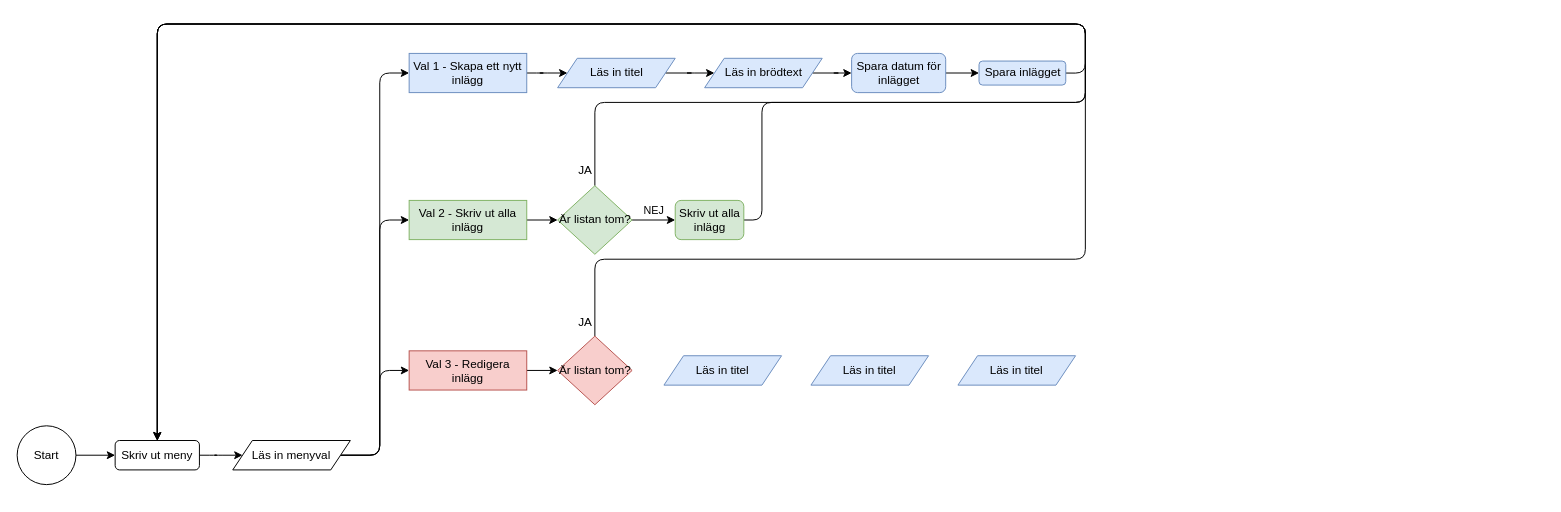
JakeBow/shopping-list keeps this draw.io diagram as Bloggen.drawio. Above is the earlier version. Source tidied: cells renumbered, new cells numbered last; positions are measured from the earlier drawing's top-left corner, leaving out a move shared by most shapes. Both pictures are drawn from the tidied source at 98%, with x=0, y=0 at pixel (17, 24).
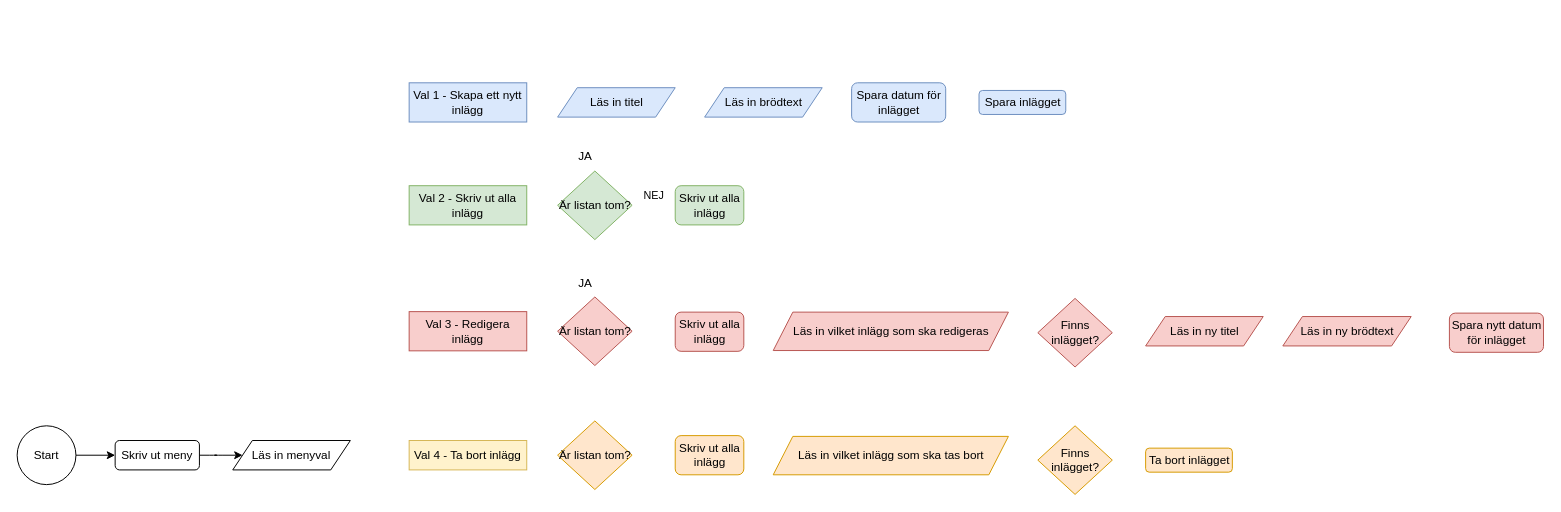
After the change.

The change refers to these unchanged cells:
```xml
<mxCell id="3" value="Skriv ut meny" style="rounded=1;whiteSpace=wrap;html=1;fontSize=12;glass=0;strokeWidth=1;shadow=0;" parent="1" vertex="1">
  <mxGeometry x="100" y="425" width="86" height="30" as="geometry" />
</mxCell>
<mxCell id="9" value="Läs in menyval" style="shape=parallelogram;perimeter=parallelogramPerimeter;whiteSpace=wrap;html=1;fixedSize=1;" parent="1" vertex="1">
  <mxGeometry x="220" y="425" width="120" height="30" as="geometry" />
</mxCell>
```

Change to the diagram source:
```diff
@@
-    <mxCell id="6" style="edgeStyle=orthogonalEdgeStyle;shape=connector;curved=0;rounded=1;jettySize=auto;html=1;exitX=1;exitY=0.5;exitDx=0;exitDy=0;entryX=0;entryY=0.5;entryDx=0;entryDy=0;strokeColor=default;align=center;verticalAlign=middle;fontFamily=Helvetica;fontSize=11;fontColor=default;labelBackgroundColor=default;endArrow=classic;" parent="1" edge="1" source="9" target="30">
-      <mxGeometry relative="1" as="geometry" />
-    </mxCell>
-    <mxCell id="7" style="edgeStyle=orthogonalEdgeStyle;shape=connector;curved=0;rounded=1;jettySize=auto;html=1;exitX=1;exitY=0.5;exitDx=0;exitDy=0;entryX=0;entryY=0.5;entryDx=0;entryDy=0;strokeColor=default;align=center;verticalAlign=middle;fontFamily=Helvetica;fontSize=11;fontColor=default;labelBackgroundColor=default;endArrow=classic;" parent="1" edge="1" source="9" target="32">
-      <mxGeometry relative="1" as="geometry" />
-    </mxCell>
-    <mxCell id="8" style="edgeStyle=orthogonalEdgeStyle;shape=connector;curved=0;rounded=1;jettySize=auto;html=1;exitX=1;exitY=0.5;exitDx=0;exitDy=0;entryX=0;entryY=0.5;entryDx=0;entryDy=0;strokeColor=default;align=center;verticalAlign=middle;fontFamily=Helvetica;fontSize=11;fontColor=default;labelBackgroundColor=default;endArrow=classic;" parent="1" edge="1" source="9" target="34">
-      <mxGeometry relative="1" as="geometry" />
-    </mxCell>
@@
-    <mxCell id="10" style="edgeStyle=orthogonalEdgeStyle;shape=connector;curved=0;rounded=1;jettySize=auto;html=1;exitX=1;exitY=0.5;exitDx=0;exitDy=0;entryX=0.5;entryY=0;entryDx=0;entryDy=0;strokeColor=default;align=center;verticalAlign=middle;fontFamily=Helvetica;fontSize=11;fontColor=default;labelBackgroundColor=default;endArrow=classic;" parent="1" edge="1" source="11" target="3">
-      <mxGeometry relative="1" as="geometry">
-        <Array as="points">
-          <mxPoint x="760" y="200" />
-          <mxPoint x="760" y="80" />
-          <mxPoint x="1090" y="80" />
-          <mxPoint x="1090" />
-          <mxPoint x="143" />
-        </Array>
-      </mxGeometry>
-    </mxCell>
     <mxCell id="11" value="Skriv ut alla inlägg" style="rounded=1;whiteSpace=wrap;html=1;fillColor=#d5e8d4;strokeColor=#82b366;" parent="1" vertex="1">
-      <mxGeometry x="671.5" y="180" width="70" height="40" as="geometry" />
+      <mxGeometry x="671.5" y="165" width="70" height="40" as="geometry" />
     </mxCell>
-    <mxCell id="12" style="edgeStyle=orthogonalEdgeStyle;shape=connector;curved=0;rounded=1;jettySize=auto;html=1;exitX=1;exitY=0.5;exitDx=0;exitDy=0;entryX=0;entryY=0.5;entryDx=0;entryDy=0;strokeColor=default;align=center;verticalAlign=middle;fontFamily=Helvetica;fontSize=11;fontColor=default;labelBackgroundColor=default;endArrow=classic;" parent="1" edge="1" source="14" target="11">
-      <mxGeometry relative="1" as="geometry" />
-    </mxCell>
-    <mxCell id="13" style="edgeStyle=orthogonalEdgeStyle;shape=connector;curved=0;rounded=1;jettySize=auto;html=1;exitX=0.5;exitY=0;exitDx=0;exitDy=0;entryX=0.5;entryY=0;entryDx=0;entryDy=0;strokeColor=default;align=center;verticalAlign=middle;fontFamily=Helvetica;fontSize=11;fontColor=default;labelBackgroundColor=default;endArrow=classic;" parent="1" edge="1" source="14" target="3">
-      <mxGeometry relative="1" as="geometry">
-        <Array as="points">
-          <mxPoint x="590" y="80" />
-          <mxPoint x="1090" y="80" />
-          <mxPoint x="1090" />
-          <mxPoint x="143" />
-        </Array>
-      </mxGeometry>
-    </mxCell>
     <mxCell id="14" value="Är listan tom?" style="rhombus;whiteSpace=wrap;html=1;fillColor=#d5e8d4;strokeColor=#82b366;" parent="1" vertex="1">
-      <mxGeometry x="551.5" y="165" width="76" height="70" as="geometry" />
+      <mxGeometry x="551.5" y="150" width="76" height="70" as="geometry" />
     </mxCell>
-    <mxCell id="15" style="edgeStyle=orthogonalEdgeStyle;shape=connector;curved=0;rounded=1;jettySize=auto;html=1;exitX=1;exitY=0.5;exitDx=0;exitDy=0;entryX=0;entryY=0.5;entryDx=0;entryDy=0;strokeColor=default;align=center;verticalAlign=middle;fontFamily=Helvetica;fontSize=11;fontColor=default;labelBackgroundColor=default;endArrow=classic;" parent="1" edge="1" source="16" target="18">
-      <mxGeometry relative="1" as="geometry" />
-    </mxCell>
     <mxCell id="16" value="Läs in titel" style="shape=parallelogram;perimeter=parallelogramPerimeter;whiteSpace=wrap;html=1;fixedSize=1;fillColor=#dae8fc;strokeColor=#6c8ebf;" parent="1" vertex="1">
-      <mxGeometry x="551.5" y="35" width="120" height="30" as="geometry" />
+      <mxGeometry x="551.5" y="65" width="120" height="30" as="geometry" />
     </mxCell>
-    <mxCell id="17" style="edgeStyle=orthogonalEdgeStyle;shape=connector;curved=0;rounded=1;jettySize=auto;html=1;exitX=1;exitY=0.5;exitDx=0;exitDy=0;entryX=0;entryY=0.5;entryDx=0;entryDy=0;strokeColor=default;align=center;verticalAlign=middle;fontFamily=Helvetica;fontSize=11;fontColor=default;labelBackgroundColor=default;endArrow=classic;" parent="1" edge="1" source="18" target="20">
-      <mxGeometry relative="1" as="geometry" />
-    </mxCell>
     <mxCell id="18" value="Läs in brödtext" style="shape=parallelogram;perimeter=parallelogramPerimeter;whiteSpace=wrap;html=1;fixedSize=1;fillColor=#dae8fc;strokeColor=#6c8ebf;" parent="1" vertex="1">
-      <mxGeometry x="701.5" y="35" width="120" height="30" as="geometry" />
+      <mxGeometry x="701.5" y="65" width="120" height="30" as="geometry" />
     </mxCell>
-    <mxCell id="19" style="edgeStyle=orthogonalEdgeStyle;shape=connector;curved=0;rounded=1;jettySize=auto;html=1;exitX=1;exitY=0.5;exitDx=0;exitDy=0;entryX=0;entryY=0.5;entryDx=0;entryDy=0;strokeColor=default;align=center;verticalAlign=middle;fontFamily=Helvetica;fontSize=11;fontColor=default;labelBackgroundColor=default;endArrow=classic;" parent="1" edge="1" source="20" target="22">
-      <mxGeometry relative="1" as="geometry" />
-    </mxCell>
     <mxCell id="20" value="Spara datum för inlägget" style="rounded=1;whiteSpace=wrap;html=1;fillColor=#dae8fc;strokeColor=#6c8ebf;" parent="1" vertex="1">
-      <mxGeometry x="851.5" y="30" width="96" height="40" as="geometry" />
+      <mxGeometry x="851.5" y="60" width="96" height="40" as="geometry" />
     </mxCell>
-    <mxCell id="21" style="edgeStyle=orthogonalEdgeStyle;shape=connector;curved=0;rounded=1;jettySize=auto;html=1;exitX=1;exitY=0.5;exitDx=0;exitDy=0;entryX=0.5;entryY=0;entryDx=0;entryDy=0;strokeColor=default;align=center;verticalAlign=middle;fontFamily=Helvetica;fontSize=11;fontColor=default;labelBackgroundColor=default;endArrow=classic;" parent="1" edge="1" source="22" target="3">
-      <mxGeometry relative="1" as="geometry">
-        <Array as="points">
-          <mxPoint x="1090" y="50" />
-          <mxPoint x="1090" />
-          <mxPoint x="143" />
-        </Array>
-      </mxGeometry>
-    </mxCell>
     <mxCell id="22" value="Spara inlägget" style="rounded=1;whiteSpace=wrap;html=1;fillColor=#dae8fc;strokeColor=#6c8ebf;" parent="1" vertex="1">
-      <mxGeometry x="981.5" y="37.8" width="88.5" height="24.5" as="geometry" />
+      <mxGeometry x="981.5" y="67.8" width="88.5" height="24.5" as="geometry" />
     </mxCell>
     <mxCell id="23" value="&lt;font style=&quot;font-size: 12px;&quot;&gt;JA&lt;/font&gt;" style="text;html=1;align=center;verticalAlign=middle;whiteSpace=wrap;rounded=0;fontFamily=Helvetica;fontSize=11;fontColor=default;labelBackgroundColor=default;" parent="1" vertex="1">
-      <mxGeometry x="550" y="135" width="60" height="30" as="geometry" />
+      <mxGeometry x="550" y="120" width="60" height="30" as="geometry" />
     </mxCell>
     <mxCell id="24" value="NEJ" style="text;html=1;align=center;verticalAlign=middle;whiteSpace=wrap;rounded=0;fontFamily=Helvetica;fontSize=11;fontColor=default;labelBackgroundColor=default;" parent="1" vertex="1">
-      <mxGeometry x="620" y="180" width="60" height="20" as="geometry" />
+      <mxGeometry x="620" y="165" width="60" height="20" as="geometry" />
     </mxCell>
-    <mxCell id="25" style="edgeStyle=orthogonalEdgeStyle;shape=connector;curved=0;rounded=1;jettySize=auto;html=1;exitX=0.5;exitY=0;exitDx=0;exitDy=0;entryX=0.5;entryY=0;entryDx=0;entryDy=0;strokeColor=default;align=center;verticalAlign=middle;fontFamily=Helvetica;fontSize=11;fontColor=default;labelBackgroundColor=default;endArrow=classic;" parent="1" edge="1" source="27" target="3">
-      <mxGeometry relative="1" as="geometry">
-        <Array as="points">
-          <mxPoint x="590" y="240" />
-          <mxPoint x="1090" y="240" />
-          <mxPoint x="1090" />
-          <mxPoint x="143" />
-        </Array>
-      </mxGeometry>
-    </mxCell>
-    <mxCell id="26" value="&lt;div&gt;&lt;br&gt;&lt;/div&gt;&lt;div&gt;&lt;br&gt;&lt;/div&gt;" style="edgeLabel;html=1;align=center;verticalAlign=middle;fontFamily=Helvetica;fontSize=11;fontColor=default;labelBackgroundColor=default;" parent="25" vertex="1">
-      <mxGeometry x="-0.46" y="3" relative="1" as="geometry" />
-    </mxCell>
     <mxCell id="27" value="Är listan tom?" style="rhombus;whiteSpace=wrap;html=1;fillColor=#f8cecc;strokeColor=#b85450;" parent="1" vertex="1">
-      <mxGeometry x="551.5" y="318.5" width="76" height="70" as="geometry" />
+      <mxGeometry x="551.5" y="278.5" width="76" height="70" as="geometry" />
     </mxCell>
     <mxCell id="28" value="&lt;font style=&quot;font-size: 12px;&quot;&gt;JA&lt;/font&gt;" style="text;html=1;align=center;verticalAlign=middle;whiteSpace=wrap;rounded=0;fontFamily=Helvetica;fontSize=11;fontColor=default;labelBackgroundColor=default;" parent="1" vertex="1">
-      <mxGeometry x="550" y="290" width="60" height="30" as="geometry" />
+      <mxGeometry x="550" y="250" width="60" height="30" as="geometry" />
     </mxCell>
-    <mxCell id="29" style="edgeStyle=orthogonalEdgeStyle;shape=connector;curved=0;rounded=1;jettySize=auto;html=1;exitX=1;exitY=0.5;exitDx=0;exitDy=0;entryX=0;entryY=0.5;entryDx=0;entryDy=0;strokeColor=default;align=center;verticalAlign=middle;fontFamily=Helvetica;fontSize=11;fontColor=default;labelBackgroundColor=default;endArrow=classic;" parent="1" edge="1" source="30" target="16">
-      <mxGeometry relative="1" as="geometry" />
-    </mxCell>
     <mxCell id="30" value="&lt;div&gt;&lt;font style=&quot;font-size: 12px;&quot;&gt;Val 1 - Skapa ett nytt inlägg&lt;/font&gt;&lt;br&gt;&lt;/div&gt;" style="rounded=0;whiteSpace=wrap;html=1;fontFamily=Helvetica;fontSize=11;labelBackgroundColor=none;fillColor=#dae8fc;strokeColor=#6c8ebf;" parent="1" vertex="1">
-      <mxGeometry x="400" y="30" width="120" height="40" as="geometry" />
+      <mxGeometry x="400" y="60" width="120" height="40" as="geometry" />
     </mxCell>
-    <mxCell id="31" style="edgeStyle=orthogonalEdgeStyle;shape=connector;curved=0;rounded=1;jettySize=auto;html=1;exitX=1;exitY=0.5;exitDx=0;exitDy=0;entryX=0;entryY=0.5;entryDx=0;entryDy=0;strokeColor=default;align=center;verticalAlign=middle;fontFamily=Helvetica;fontSize=11;fontColor=default;labelBackgroundColor=default;endArrow=classic;" parent="1" edge="1" source="32" target="14">
-      <mxGeometry relative="1" as="geometry" />
-    </mxCell>
     <mxCell id="32" value="&lt;font style=&quot;font-size: 12px;&quot;&gt;Val 2 - Skriv ut alla inlägg&lt;/font&gt;" style="rounded=0;whiteSpace=wrap;html=1;fontFamily=Helvetica;fontSize=11;labelBackgroundColor=none;fillColor=#d5e8d4;strokeColor=#82b366;" parent="1" vertex="1">
-      <mxGeometry x="400" y="180" width="120" height="40" as="geometry" />
+      <mxGeometry x="400" y="165" width="120" height="40" as="geometry" />
     </mxCell>
-    <mxCell id="33" style="edgeStyle=orthogonalEdgeStyle;shape=connector;curved=0;rounded=1;jettySize=auto;html=1;exitX=1;exitY=0.5;exitDx=0;exitDy=0;entryX=0;entryY=0.5;entryDx=0;entryDy=0;strokeColor=default;align=center;verticalAlign=middle;fontFamily=Helvetica;fontSize=11;fontColor=default;labelBackgroundColor=default;endArrow=classic;" parent="1" edge="1" source="34" target="27">
-      <mxGeometry relative="1" as="geometry" />
-    </mxCell>
     <mxCell id="34" value="&lt;font style=&quot;font-size: 12px;&quot;&gt;Val 3 - Redigera inlägg&lt;br&gt;&lt;/font&gt;" style="rounded=0;whiteSpace=wrap;html=1;fontFamily=Helvetica;fontSize=11;labelBackgroundColor=none;fillColor=#f8cecc;strokeColor=#b85450;" parent="1" vertex="1">
-      <mxGeometry x="400" y="333.5" width="120" height="40" as="geometry" />
+      <mxGeometry x="400" y="293.5" width="120" height="40" as="geometry" />
     </mxCell>
-    <mxCell id="35" value="Läs in titel" style="shape=parallelogram;perimeter=parallelogramPerimeter;whiteSpace=wrap;html=1;fixedSize=1;fillColor=#dae8fc;strokeColor=#6c8ebf;" parent="1" vertex="1">
-      <mxGeometry x="660" y="338.5" width="120" height="30" as="geometry" />
+    <mxCell id="35" value="Läs in vilket inlägg som ska redigeras" style="shape=parallelogram;perimeter=parallelogramPerimeter;whiteSpace=wrap;html=1;fixedSize=1;fillColor=#f8cecc;strokeColor=#b85450;" parent="1" vertex="1">
+      <mxGeometry x="771.5" y="294" width="240" height="39.2" as="geometry" />
     </mxCell>
-    <mxCell id="36" value="Läs in titel" style="shape=parallelogram;perimeter=parallelogramPerimeter;whiteSpace=wrap;html=1;fixedSize=1;fillColor=#dae8fc;strokeColor=#6c8ebf;" parent="1" vertex="1">
-      <mxGeometry x="810" y="338.5" width="120" height="30" as="geometry" />
+    <mxCell id="36" value="Läs in ny titel" style="shape=parallelogram;perimeter=parallelogramPerimeter;whiteSpace=wrap;html=1;fixedSize=1;fillColor=#f8cecc;strokeColor=#b85450;" parent="1" vertex="1">
+      <mxGeometry x="1151.5" y="298.5" width="120" height="30" as="geometry" />
     </mxCell>
-    <mxCell id="37" value="Läs in titel" style="shape=parallelogram;perimeter=parallelogramPerimeter;whiteSpace=wrap;html=1;fixedSize=1;fillColor=#dae8fc;strokeColor=#6c8ebf;" parent="1" vertex="1">
-      <mxGeometry x="960" y="338.5" width="120" height="30" as="geometry" />
+    <mxCell id="37" value="Läs in ny brödtext" style="shape=parallelogram;perimeter=parallelogramPerimeter;whiteSpace=wrap;html=1;fixedSize=1;fillColor=#f8cecc;strokeColor=#b85450;" parent="1" vertex="1">
+      <mxGeometry x="1291.5" y="298.5" width="131" height="30" as="geometry" />
     </mxCell>
+    <mxCell id="38" value="Skriv ut alla inlägg" style="rounded=1;whiteSpace=wrap;html=1;fillColor=#ffe6cc;strokeColor=#d79b00;" parent="1" vertex="1">
+      <mxGeometry x="671.5" y="420" width="70" height="40" as="geometry" />
+    </mxCell>
+    <mxCell id="39" value="Spara nytt datum för inlägget" style="rounded=1;whiteSpace=wrap;html=1;fillColor=#f8cecc;strokeColor=#b85450;" parent="1" vertex="1">
+      <mxGeometry x="1461.5" y="295" width="96" height="40" as="geometry" />
+    </mxCell>
+    <mxCell id="40" value="&lt;font style=&quot;font-size: 12px;&quot;&gt;Val 4 - Ta bort inlägg&lt;br&gt;&lt;/font&gt;" style="rounded=0;whiteSpace=wrap;html=1;fontFamily=Helvetica;fontSize=11;labelBackgroundColor=none;fillColor=#fff2cc;strokeColor=#d6b656;" parent="1" vertex="1">
+      <mxGeometry x="400" y="425" width="120" height="30" as="geometry" />
+    </mxCell>
+    <mxCell id="41" value="Är listan tom?" style="rhombus;whiteSpace=wrap;html=1;fillColor=#ffe6cc;strokeColor=#d79b00;" parent="1" vertex="1">
+      <mxGeometry x="551.5" y="405" width="76" height="70" as="geometry" />
+    </mxCell>
+    <mxCell id="42" value="Skriv ut alla inlägg" style="rounded=1;whiteSpace=wrap;html=1;fillColor=#f8cecc;strokeColor=#b85450;" parent="1" vertex="1">
+      <mxGeometry x="671.5" y="294" width="70" height="40" as="geometry" />
+    </mxCell>
+    <mxCell id="43" value="Läs in vilket inlägg som ska tas bort" style="shape=parallelogram;perimeter=parallelogramPerimeter;whiteSpace=wrap;html=1;fixedSize=1;fillColor=#ffe6cc;strokeColor=#d79b00;" parent="1" vertex="1">
+      <mxGeometry x="771.5" y="420.8" width="240" height="39.2" as="geometry" />
+    </mxCell>
+    <mxCell id="44" value="Finns inlägget?" style="rhombus;whiteSpace=wrap;html=1;fillColor=#ffe6cc;strokeColor=#d79b00;" parent="1" vertex="1">
+      <mxGeometry x="1041.5" y="410" width="76" height="70" as="geometry" />
+    </mxCell>
+    <mxCell id="45" value="Finns inlägget?" style="rhombus;whiteSpace=wrap;html=1;fillColor=#f8cecc;strokeColor=#b85450;" parent="1" vertex="1">
+      <mxGeometry x="1041.5" y="280" width="76" height="70" as="geometry" />
+    </mxCell>
+    <mxCell id="46" value="Ta bort inlägget" style="rounded=1;whiteSpace=wrap;html=1;fillColor=#ffe6cc;strokeColor=#d79b00;" parent="1" vertex="1">
+      <mxGeometry x="1151.5" y="432.8" width="88.5" height="24.5" as="geometry" />
+    </mxCell>
```
